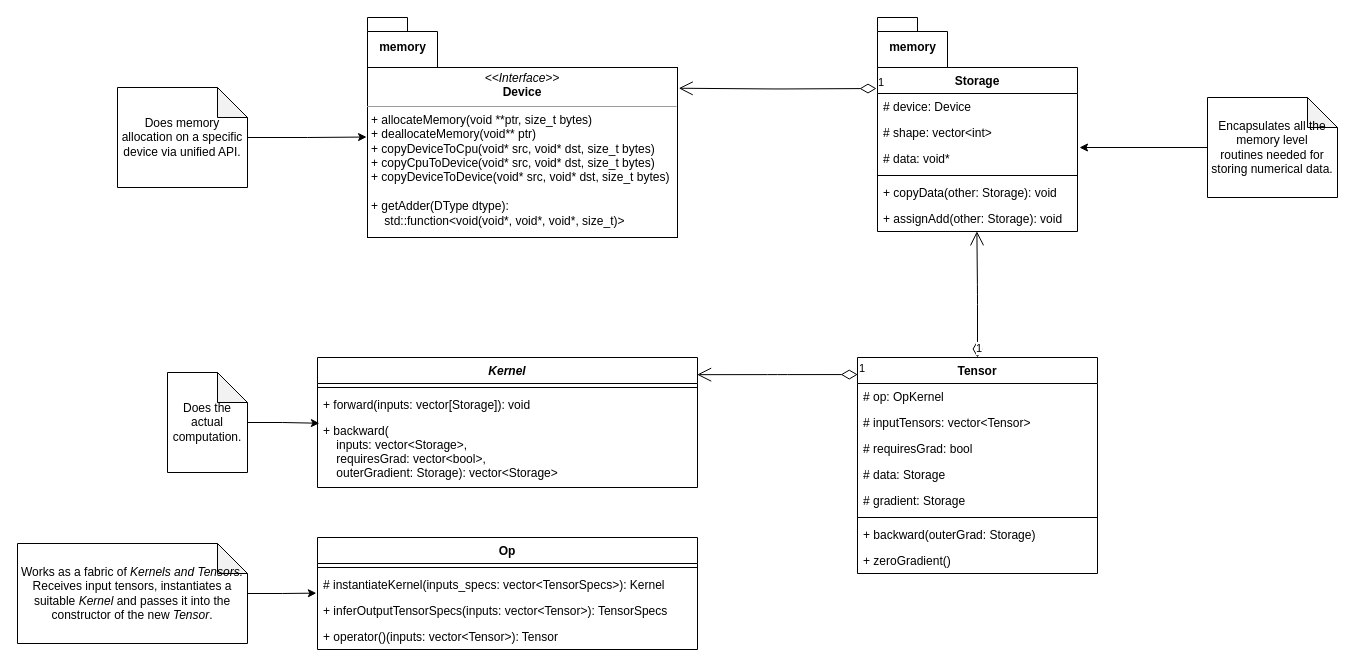
The draw.io diagram KaruiFlow/Architecture/cpp_entities.drawio in oKatanaaa/KaruiFlow, before the edit. Source tidied: cells renumbered, new cells numbered last; positions are measured from the earlier drawing's top-left corner, leaving out a move shared by most shapes. Both pictures are drawn from the tidied source at 100%, with x=0, y=0 at pixel (17, 17).
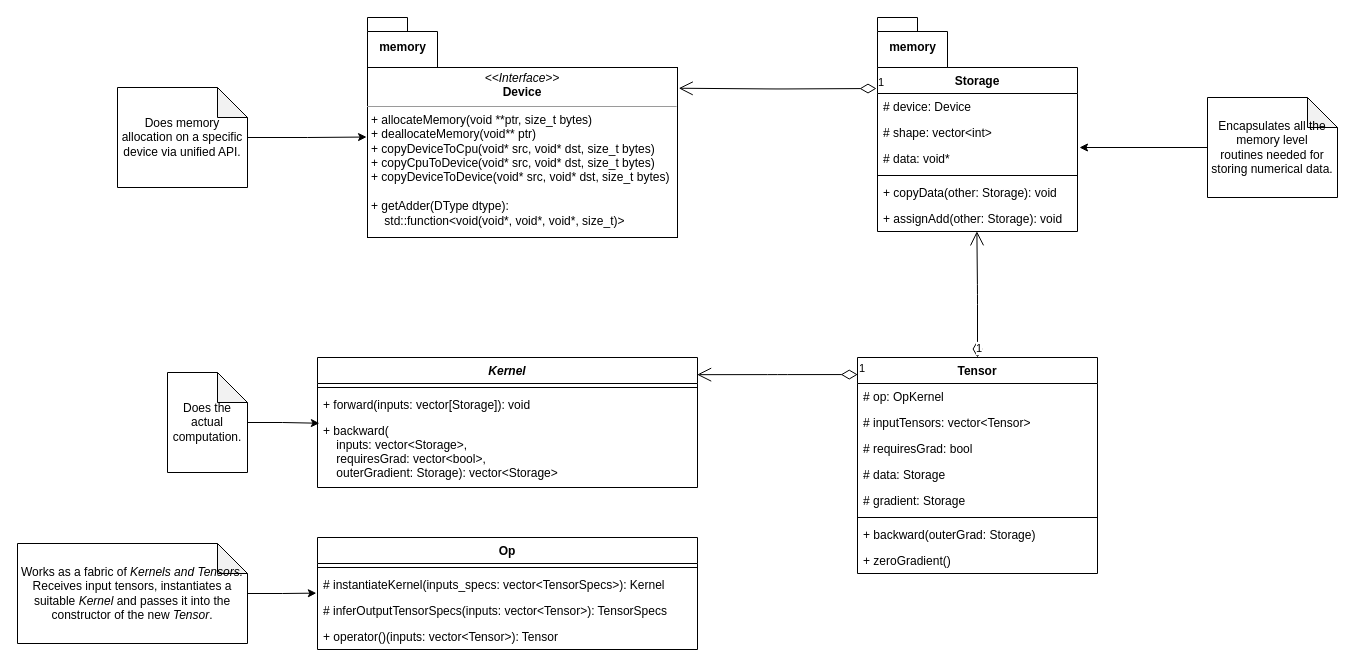
Above is the later version.

The change refers to these unchanged cells:
```xml
<mxCell id="11" value="Op" style="swimlane;fontStyle=1;align=center;verticalAlign=top;horizontal=1;startSize=26;" parent="1" vertex="1">
  <mxGeometry x="300" y="520" width="380" height="112" as="geometry" />
</mxCell>
```

The edit, as a diff of the source:
```diff
@@
-    <mxCell id="14" value="+ inferOutputTensorSpecs(inputs: vector&lt;Tensor&gt;): TensorSpecs" style="text;strokeColor=none;fillColor=none;align=left;verticalAlign=top;spacingLeft=4;spacingRight=4;overflow=hidden;" parent="11" vertex="1">
+    <mxCell id="14" value="# inferOutputTensorSpecs(inputs: vector&lt;Tensor&gt;): TensorSpecs" style="text;strokeColor=none;fillColor=none;align=left;verticalAlign=top;spacingLeft=4;spacingRight=4;overflow=hidden;" parent="11" vertex="1">
       <mxGeometry y="60" width="380" height="26" as="geometry" />
     </mxCell>
```
